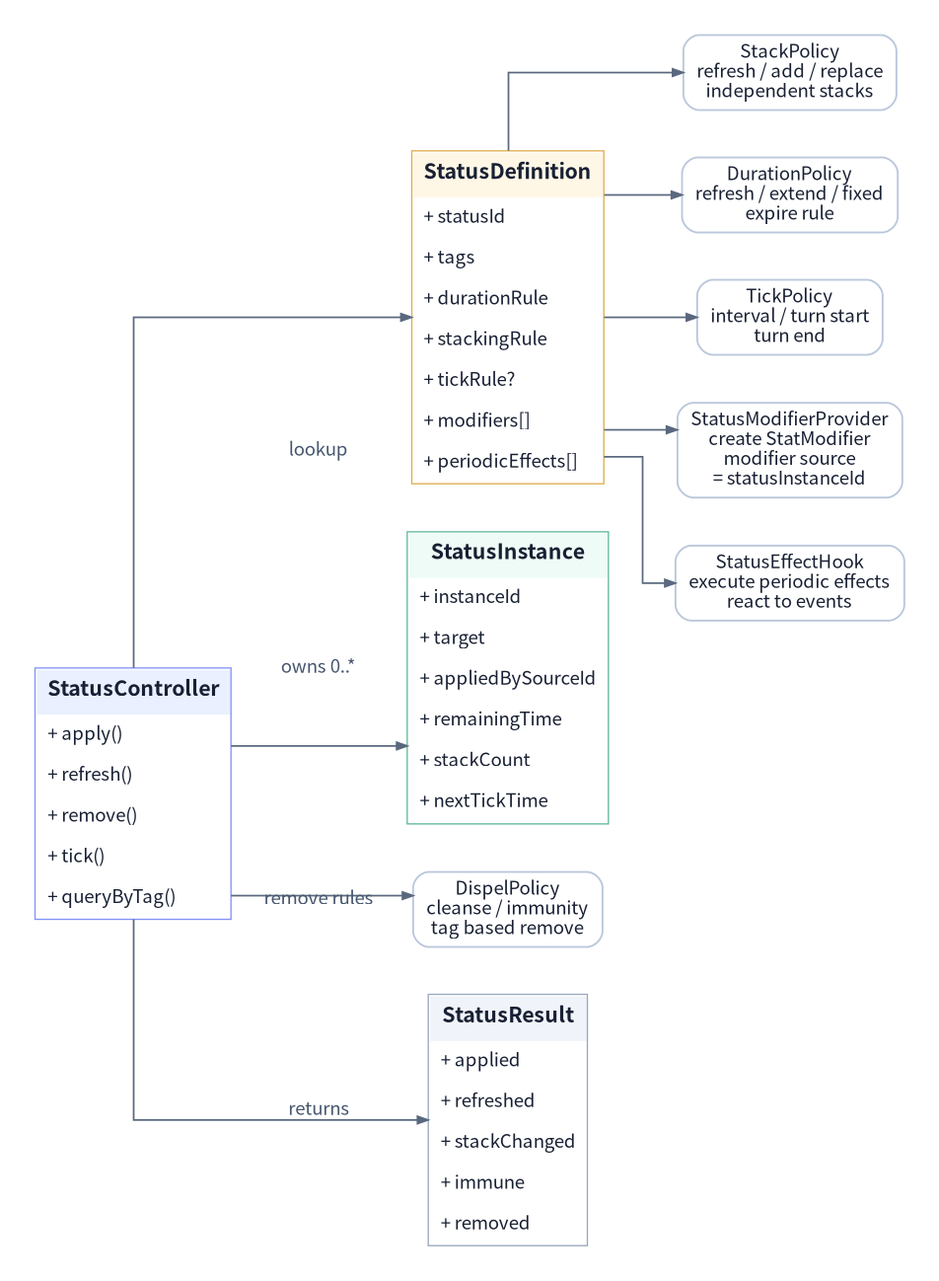
Earlier version of the Graphviz export assets/diagrams/26_status_core_class_diagram.png (JY-LemongO/game-system-framework-knowledge-site). Its source is kept beside it as source/diagrams/26_status_core_class_diagram.dot.
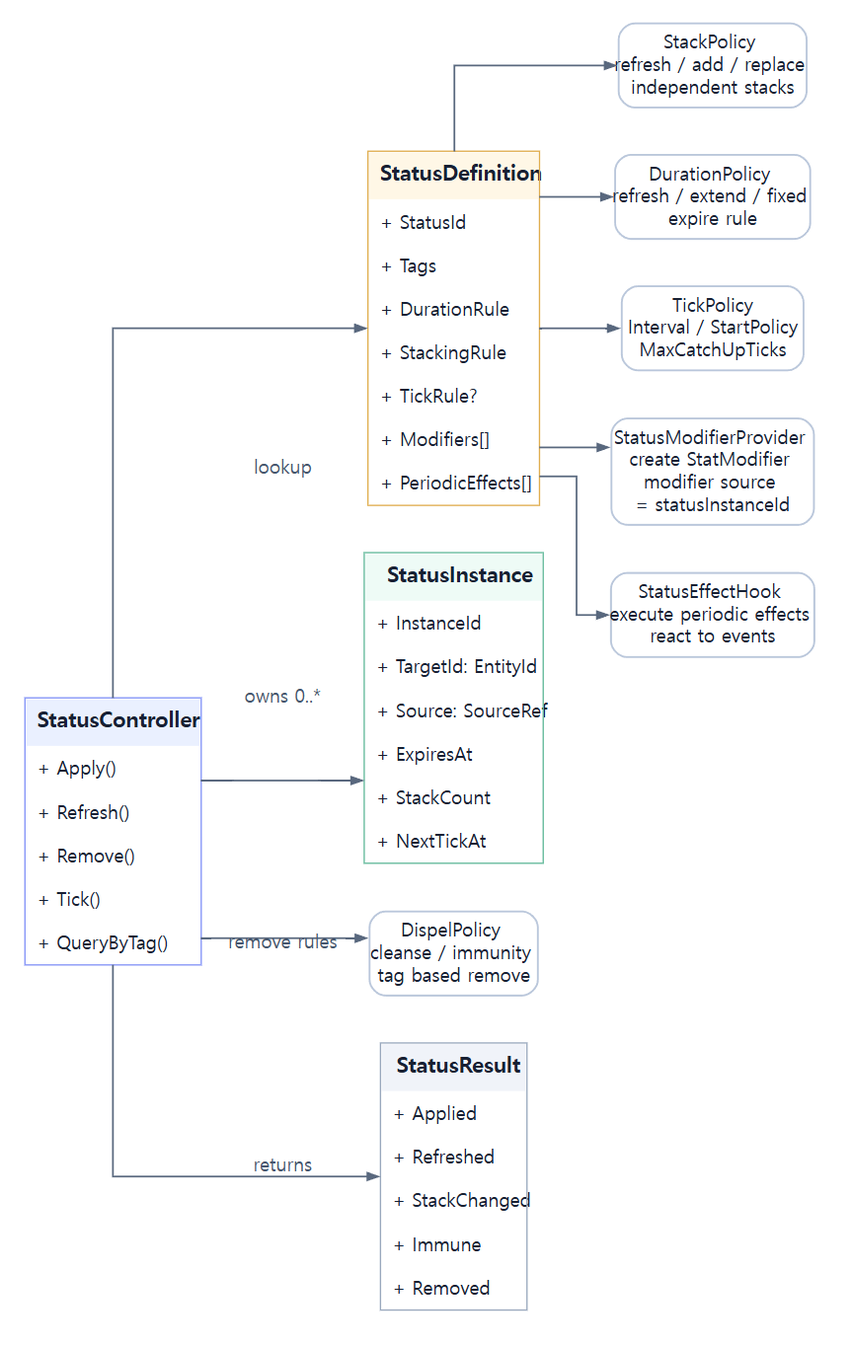
After the commit.

Diff of the diagram source:
```diff
@@ -4,11 +4,11 @@
   edge [fontname="Noto Sans CJK KR", color="#59687e", fontcolor="#46566e", arrowsize=0.8, penwidth=1.3];
   rankdir=LR; splines=ortho;
   StatusDefinition [shape=plain,label=<
-<TABLE BORDER="1" CELLBORDER="0" CELLPADDING="8" CELLSPACING="0" COLOR="#e0ad4e"><TR><TD BGCOLOR="#fff7e6"><B><FONT POINT-SIZE="16">StatusDefinition</FONT></B></TD></TR><TR><TD ALIGN="LEFT">+ statusId</TD></TR><TR><TD ALIGN="LEFT">+ tags</TD></TR><TR><TD ALIGN="LEFT">+ durationRule</TD></TR><TR><TD ALIGN="LEFT">+ stackingRule</TD></TR><TR><TD ALIGN="LEFT">+ tickRule?</TD></TR><TR><TD ALIGN="LEFT">+ modifiers[]</TD></TR><TR><TD ALIGN="LEFT">+ periodicEffects[]</TD></TR></TABLE>>];
+<TABLE BORDER="1" CELLBORDER="0" CELLPADDING="8" CELLSPACING="0" COLOR="#e0ad4e"><TR><TD BGCOLOR="#fff7e6"><B><FONT POINT-SIZE="16">StatusDefinition</FONT></B></TD></TR><TR><TD ALIGN="LEFT">+ StatusId</TD></TR><TR><TD ALIGN="LEFT">+ Tags</TD></TR><TR><TD ALIGN="LEFT">+ DurationRule</TD></TR><TR><TD ALIGN="LEFT">+ StackingRule</TD></TR><TR><TD ALIGN="LEFT">+ TickRule?</TD></TR><TR><TD ALIGN="LEFT">+ Modifiers[]</TD></TR><TR><TD ALIGN="LEFT">+ PeriodicEffects[]</TD></TR></TABLE>>];
   StatusInstance [shape=plain,label=<
-<TABLE BORDER="1" CELLBORDER="0" CELLPADDING="8" CELLSPACING="0" COLOR="#61b99a"><TR><TD BGCOLOR="#eefbf6"><B><FONT POINT-SIZE="16">StatusInstance</FONT></B></TD></TR><TR><TD ALIGN="LEFT">+ instanceId</TD></TR><TR><TD ALIGN="LEFT">+ target</TD></TR><TR><TD ALIGN="LEFT">+ appliedBySourceId</TD></TR><TR><TD ALIGN="LEFT">+ remainingTime</TD></TR><TR><TD ALIGN="LEFT">+ stackCount</TD></TR><TR><TD ALIGN="LEFT">+ nextTickTime</TD></TR></TABLE>>];
+<TABLE BORDER="1" CELLBORDER="0" CELLPADDING="8" CELLSPACING="0" COLOR="#61b99a"><TR><TD BGCOLOR="#eefbf6"><B><FONT POINT-SIZE="16">StatusInstance</FONT></B></TD></TR><TR><TD ALIGN="LEFT">+ InstanceId</TD></TR><TR><TD ALIGN="LEFT">+ TargetId: EntityId</TD></TR><TR><TD ALIGN="LEFT">+ Source: SourceRef</TD></TR><TR><TD ALIGN="LEFT">+ ExpiresAt</TD></TR><TR><TD ALIGN="LEFT">+ StackCount</TD></TR><TR><TD ALIGN="LEFT">+ NextTickAt</TD></TR></TABLE>>];
   StatusController [shape=plain,label=<
-<TABLE BORDER="1" CELLBORDER="0" CELLPADDING="8" CELLSPACING="0" COLOR="#8292f7"><TR><TD BGCOLOR="#eaf0ff"><B><FONT POINT-SIZE="16">StatusController</FONT></B></TD></TR><TR><TD ALIGN="LEFT">+ apply()</TD></TR><TR><TD ALIGN="LEFT">+ refresh()</TD></TR><TR><TD ALIGN="LEFT">+ remove()</TD></TR><TR><TD ALIGN="LEFT">+ tick()</TD></TR><TR><TD ALIGN="LEFT">+ queryByTag()</TD></TR></TABLE>>];
+<TABLE BORDER="1" CELLBORDER="0" CELLPADDING="8" CELLSPACING="0" COLOR="#8292f7"><TR><TD BGCOLOR="#eaf0ff"><B><FONT POINT-SIZE="16">StatusController</FONT></B></TD></TR><TR><TD ALIGN="LEFT">+ Apply()</TD></TR><TR><TD ALIGN="LEFT">+ Refresh()</TD></TR><TR><TD ALIGN="LEFT">+ Remove()</TD></TR><TR><TD ALIGN="LEFT">+ Tick()</TD></TR><TR><TD ALIGN="LEFT">+ QueryByTag()</TD></TR></TABLE>>];
   StackPolicy [label="StackPolicy
 refresh / add / replace
 independent stacks"];
@@ -16,8 +16,8 @@
 refresh / extend / fixed
 expire rule"];
   TickPolicy [label="TickPolicy
-interval / turn start
-turn end"];
+Interval / StartPolicy
+MaxCatchUpTicks"];
   StatusModifierProvider [label="StatusModifierProvider
 create StatModifier
 modifier source
@@ -29,7 +29,7 @@
 cleanse / immunity
 tag based remove"];
   StatusResult [shape=plain,label=<
-<TABLE BORDER="1" CELLBORDER="0" CELLPADDING="8" CELLSPACING="0" COLOR="#99a8bd"><TR><TD BGCOLOR="#f0f3f9"><B><FONT POINT-SIZE="16">StatusResult</FONT></B></TD></TR><TR><TD ALIGN="LEFT">+ applied</TD></TR><TR><TD ALIGN="LEFT">+ refreshed</TD></TR><TR><TD ALIGN="LEFT">+ stackChanged</TD></TR><TR><TD ALIGN="LEFT">+ immune</TD></TR><TR><TD ALIGN="LEFT">+ removed</TD></TR></TABLE>>];
+<TABLE BORDER="1" CELLBORDER="0" CELLPADDING="8" CELLSPACING="0" COLOR="#99a8bd"><TR><TD BGCOLOR="#f0f3f9"><B><FONT POINT-SIZE="16">StatusResult</FONT></B></TD></TR><TR><TD ALIGN="LEFT">+ Applied</TD></TR><TR><TD ALIGN="LEFT">+ Refreshed</TD></TR><TR><TD ALIGN="LEFT">+ StackChanged</TD></TR><TR><TD ALIGN="LEFT">+ Immune</TD></TR><TR><TD ALIGN="LEFT">+ Removed</TD></TR></TABLE>>];
   StatusDefinition -> StackPolicy;
   StatusDefinition -> DurationPolicy;
   StatusDefinition -> TickPolicy;
```
